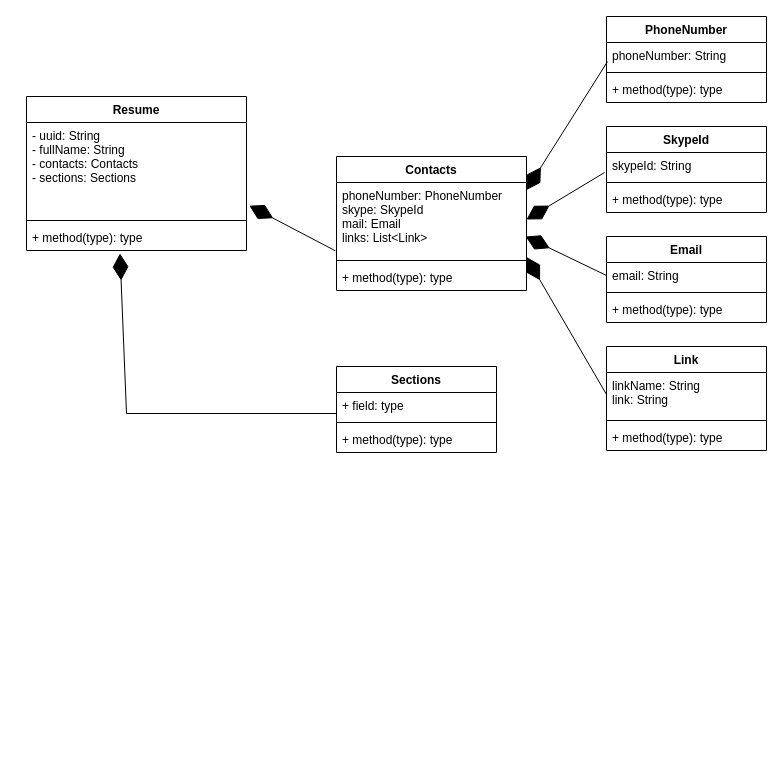
yarmoiseev/basejava keeps this draw.io diagram as Untitled Diagram.drawio. Above is the earlier version. Source tidied: cells renumbered, new cells numbered last; positions are measured from the earlier drawing's top-left corner, leaving out a move shared by most shapes. Both pictures are drawn from the tidied source at 100%, with x=0, y=0 at pixel (26, 16).
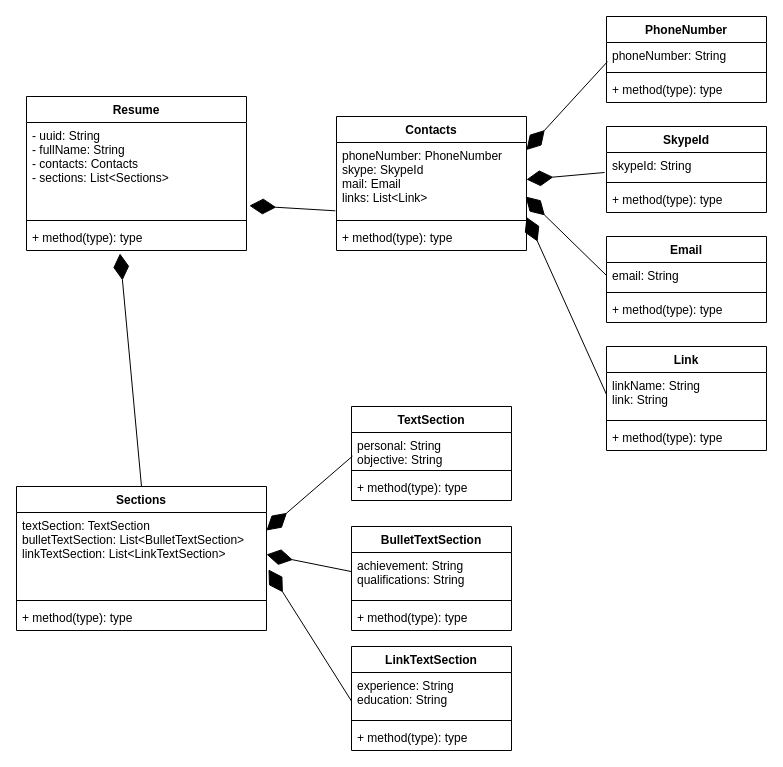
Above is the later version.

Unchanged cells that the change refers to:
```xml
<mxCell id="2" value="Resume" style="swimlane;fontStyle=1;align=center;verticalAlign=top;horizontal=1;startSize=26;" parent="1" vertex="1">
  <mxGeometry y="80" width="220" height="154" as="geometry" />
</mxCell>
<mxCell id="5" value="+ method(type): type" style="text;strokeColor=none;fillColor=none;align=left;verticalAlign=top;spacingLeft=4;spacingRight=4;overflow=hidden;points=[[0,0.5],[1,0.5]];portConstraint=eastwest;" parent="2" vertex="1">
  <mxGeometry y="128" width="220" height="26" as="geometry" />
</mxCell>
```

What changed in the source:
```diff
@@
-    <mxCell id="3" value="- uuid: String&#10;- fullName: String&#10;- contacts: Contacts&#10;- sections: Sections&#10;" style="text;strokeColor=none;fillColor=none;align=left;verticalAlign=top;spacingLeft=4;spacingRight=4;overflow=hidden;points=[[0,0.5],[1,0.5]];portConstraint=eastwest;" parent="2" vertex="1">
+    <mxCell id="3" value="- uuid: String&#10;- fullName: String&#10;- contacts: Contacts&#10;- sections: List&lt;Sections&gt;&#10;" style="text;strokeColor=none;fillColor=none;align=left;verticalAlign=top;spacingLeft=4;spacingRight=4;overflow=hidden;points=[[0,0.5],[1,0.5]];portConstraint=eastwest;" parent="2" vertex="1">
       <mxGeometry y="26" width="220" height="94" as="geometry" />
     </mxCell>
@@
     <mxCell id="6" value="Contacts" style="swimlane;fontStyle=1;align=center;verticalAlign=top;horizontal=1;startSize=26;" parent="1" vertex="1">
-      <mxGeometry x="310" y="140" width="190" height="134" as="geometry" />
+      <mxGeometry x="310" y="100" width="190" height="134" as="geometry" />
     </mxCell>
@@
     <mxCell id="10" value="Sections" style="swimlane;fontStyle=1;align=center;verticalAlign=top;horizontal=1;startSize=26;" parent="1" vertex="1">
-      <mxGeometry x="310" y="350" width="160" height="86" as="geometry" />
+      <mxGeometry x="-10" y="470" width="250" height="144" as="geometry" />
     </mxCell>
-    <mxCell id="11" value="+ field: type" style="text;strokeColor=none;fillColor=none;align=left;verticalAlign=top;spacingLeft=4;spacingRight=4;overflow=hidden;points=[[0,0.5],[1,0.5]];portConstraint=eastwest;" parent="10" vertex="1">
-      <mxGeometry y="26" width="160" height="26" as="geometry" />
+    <mxCell id="11" value="textSection: TextSection&#10;bulletTextSection: List&lt;BulletTextSection&gt;&#10;linkTextSection: List&lt;LinkTextSection&gt;&#10;&#10;" style="text;strokeColor=none;fillColor=none;align=left;verticalAlign=top;spacingLeft=4;spacingRight=4;overflow=hidden;points=[[0,0.5],[1,0.5]];portConstraint=eastwest;" parent="10" vertex="1">
+      <mxGeometry y="26" width="250" height="84" as="geometry" />
     </mxCell>
     <mxCell id="12" style="line;strokeWidth=1;fillColor=none;align=left;verticalAlign=middle;spacingTop=-1;spacingLeft=3;spacingRight=3;labelPosition=right;" parent="10" vertex="1">
-      <mxGeometry y="52" width="160" height="8" as="geometry" />
+      <mxGeometry y="110" width="250" height="8" as="geometry" />
     </mxCell>
     <mxCell id="13" value="+ method(type): type" style="text;strokeColor=none;fillColor=none;align=left;verticalAlign=top;spacingLeft=4;spacingRight=4;overflow=hidden;" parent="10" vertex="1">
-      <mxGeometry y="60" width="160" height="26" as="geometry" />
+      <mxGeometry y="118" width="250" height="26" as="geometry" />
     </mxCell>
-    <mxCell id="14" style="endArrow=diamondThin;endFill=1;endSize=24;html=1;rounded=0;exitX=0;exitY=0.808;exitDx=0;exitDy=0;exitPerimeter=0;entryX=0.425;entryY=1.115;entryDx=0;entryDy=0;entryPerimeter=0;" parent="1" edge="1" source="11" target="5">
-      <mxGeometry relative="1" as="geometry">
-        <Array as="points">
-          <mxPoint x="100" y="397" />
-        </Array>
-      </mxGeometry>
+    <mxCell id="14" style="endArrow=diamondThin;endFill=1;endSize=24;html=1;rounded=0;exitX=0.5;exitY=0;exitDx=0;exitDy=0;entryX=0.425;entryY=1.115;entryDx=0;entryDy=0;entryPerimeter=0;" parent="1" edge="1" source="10" target="5">
+      <mxGeometry relative="1" as="geometry" />
     </mxCell>
@@
+    <mxCell id="36" value="LinkTextSection" style="swimlane;fontStyle=1;align=center;verticalAlign=top;horizontal=1;startSize=26;" parent="1" vertex="1">
+      <mxGeometry x="325" y="630" width="160" height="104" as="geometry" />
+    </mxCell>
+    <mxCell id="37" value="experience: String&#10;education: String" style="text;strokeColor=none;fillColor=none;align=left;verticalAlign=top;spacingLeft=4;spacingRight=4;overflow=hidden;" parent="36" vertex="1">
+      <mxGeometry y="26" width="160" height="44" as="geometry" />
+    </mxCell>
+    <mxCell id="38" style="line;strokeWidth=1;fillColor=none;align=left;verticalAlign=middle;spacingTop=-1;spacingLeft=3;spacingRight=3;labelPosition=right;" parent="36" vertex="1">
+      <mxGeometry y="70" width="160" height="8" as="geometry" />
+    </mxCell>
+    <mxCell id="39" value="+ method(type): type" style="text;strokeColor=none;fillColor=none;align=left;verticalAlign=top;spacingLeft=4;spacingRight=4;overflow=hidden;" parent="36" vertex="1">
+      <mxGeometry y="78" width="160" height="26" as="geometry" />
+    </mxCell>
+    <mxCell id="40" value="BulletTextSection" style="swimlane;fontStyle=1;align=center;verticalAlign=top;horizontal=1;startSize=26;" parent="1" vertex="1">
+      <mxGeometry x="325" y="510" width="160" height="104" as="geometry" />
+    </mxCell>
+    <mxCell id="41" value="achievement: String&#10;qualifications: String" style="text;strokeColor=none;fillColor=none;align=left;verticalAlign=top;spacingLeft=4;spacingRight=4;overflow=hidden;" parent="40" vertex="1">
+      <mxGeometry y="26" width="160" height="44" as="geometry" />
+    </mxCell>
+    <mxCell id="42" style="line;strokeWidth=1;fillColor=none;align=left;verticalAlign=middle;spacingTop=-1;spacingLeft=3;spacingRight=3;labelPosition=right;" parent="40" vertex="1">
+      <mxGeometry y="70" width="160" height="8" as="geometry" />
+    </mxCell>
+    <mxCell id="43" value="+ method(type): type" style="text;strokeColor=none;fillColor=none;align=left;verticalAlign=top;spacingLeft=4;spacingRight=4;overflow=hidden;" parent="40" vertex="1">
+      <mxGeometry y="78" width="160" height="26" as="geometry" />
+    </mxCell>
+    <mxCell id="44" value="TextSection" style="swimlane;fontStyle=1;align=center;verticalAlign=top;horizontal=1;startSize=26;" parent="1" vertex="1">
+      <mxGeometry x="325" y="390" width="160" height="94" as="geometry" />
+    </mxCell>
+    <mxCell id="45" value="personal: String&#10;objective: String" style="text;strokeColor=none;fillColor=none;align=left;verticalAlign=top;spacingLeft=4;spacingRight=4;overflow=hidden;" parent="44" vertex="1">
+      <mxGeometry y="26" width="160" height="34" as="geometry" />
+    </mxCell>
+    <mxCell id="46" style="line;strokeWidth=1;fillColor=none;align=left;verticalAlign=middle;spacingTop=-1;spacingLeft=3;spacingRight=3;labelPosition=right;" parent="44" vertex="1">
+      <mxGeometry y="60" width="160" height="8" as="geometry" />
+    </mxCell>
+    <mxCell id="47" value="+ method(type): type" style="text;strokeColor=none;fillColor=none;align=left;verticalAlign=top;spacingLeft=4;spacingRight=4;overflow=hidden;" parent="44" vertex="1">
+      <mxGeometry y="68" width="160" height="26" as="geometry" />
+    </mxCell>
+    <mxCell id="48" style="endArrow=diamondThin;endFill=1;endSize=24;html=1;rounded=0;entryX=1;entryY=0.214;entryDx=0;entryDy=0;entryPerimeter=0;exitX=-0.006;exitY=0.923;exitDx=0;exitDy=0;exitPerimeter=0;" parent="1" edge="1" target="11">
+      <mxGeometry relative="1" as="geometry">
+        <mxPoint x="326" y="439.6" as="sourcePoint" />
+      </mxGeometry>
+    </mxCell>
+    <mxCell id="49" style="endArrow=diamondThin;endFill=1;endSize=24;html=1;rounded=0;exitX=-0.006;exitY=0.923;exitDx=0;exitDy=0;exitPerimeter=0;entryX=1;entryY=0.5;entryDx=0;entryDy=0;" parent="1" edge="1" target="11">
+      <mxGeometry relative="1" as="geometry">
+        <mxPoint x="325" y="555.1" as="sourcePoint" />
+      </mxGeometry>
+    </mxCell>
+    <mxCell id="50" style="endArrow=diamondThin;endFill=1;endSize=24;html=1;rounded=0;entryX=1.008;entryY=0.679;entryDx=0;entryDy=0;entryPerimeter=0;exitX=-0.006;exitY=0.923;exitDx=0;exitDy=0;exitPerimeter=0;" parent="1" edge="1" target="11">
+      <mxGeometry relative="1" as="geometry">
+        <mxPoint x="325" y="684.6" as="sourcePoint" />
+      </mxGeometry>
+    </mxCell>
```
